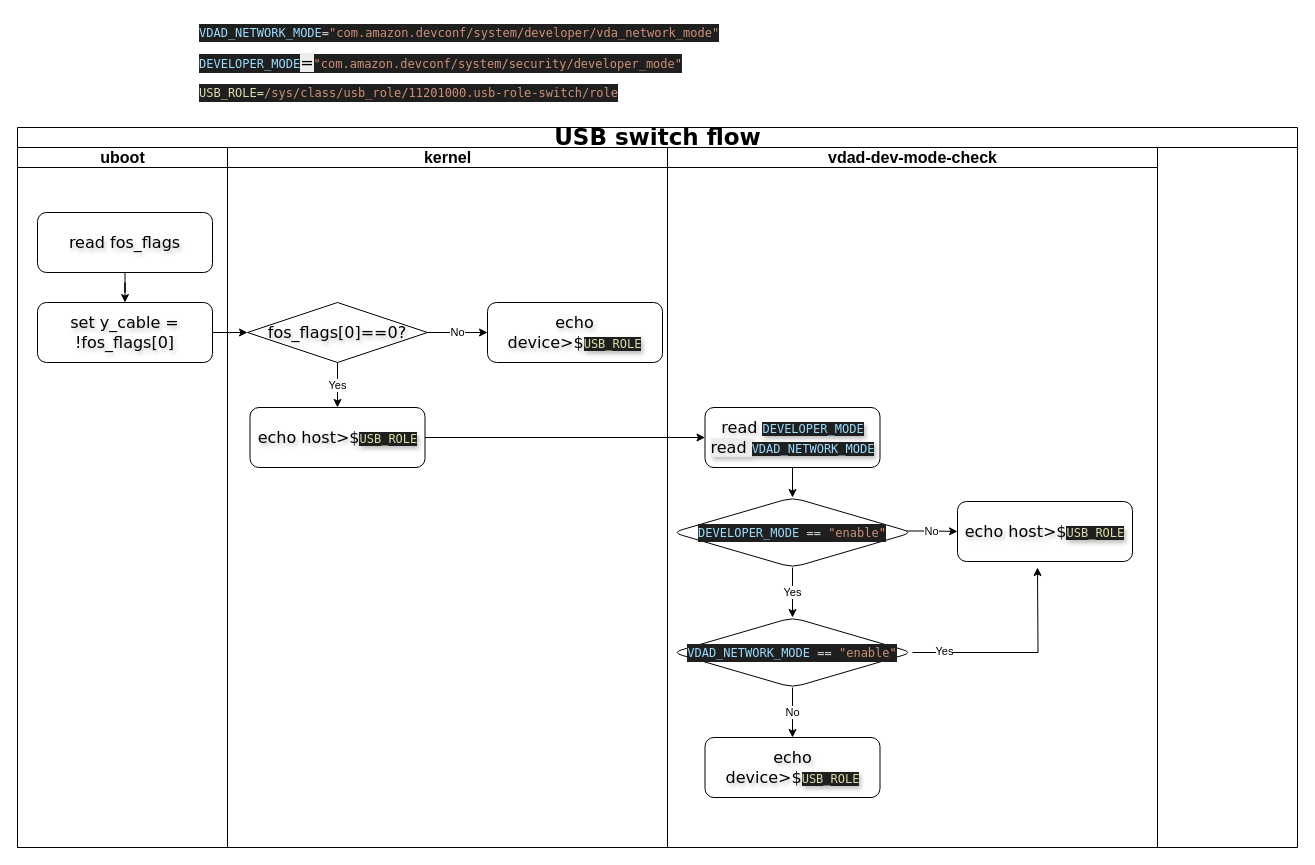
Earlier version of the draw.io diagram usb_switch_flow.drawio (skyliangbogit/test). Source tidied: cells renumbered, new cells numbered last; positions are measured from the earlier drawing's top-left corner, leaving out a move shared by most shapes. Both pictures are drawn from the tidied source at 100%, with x=0, y=0 at pixel (17, 17).
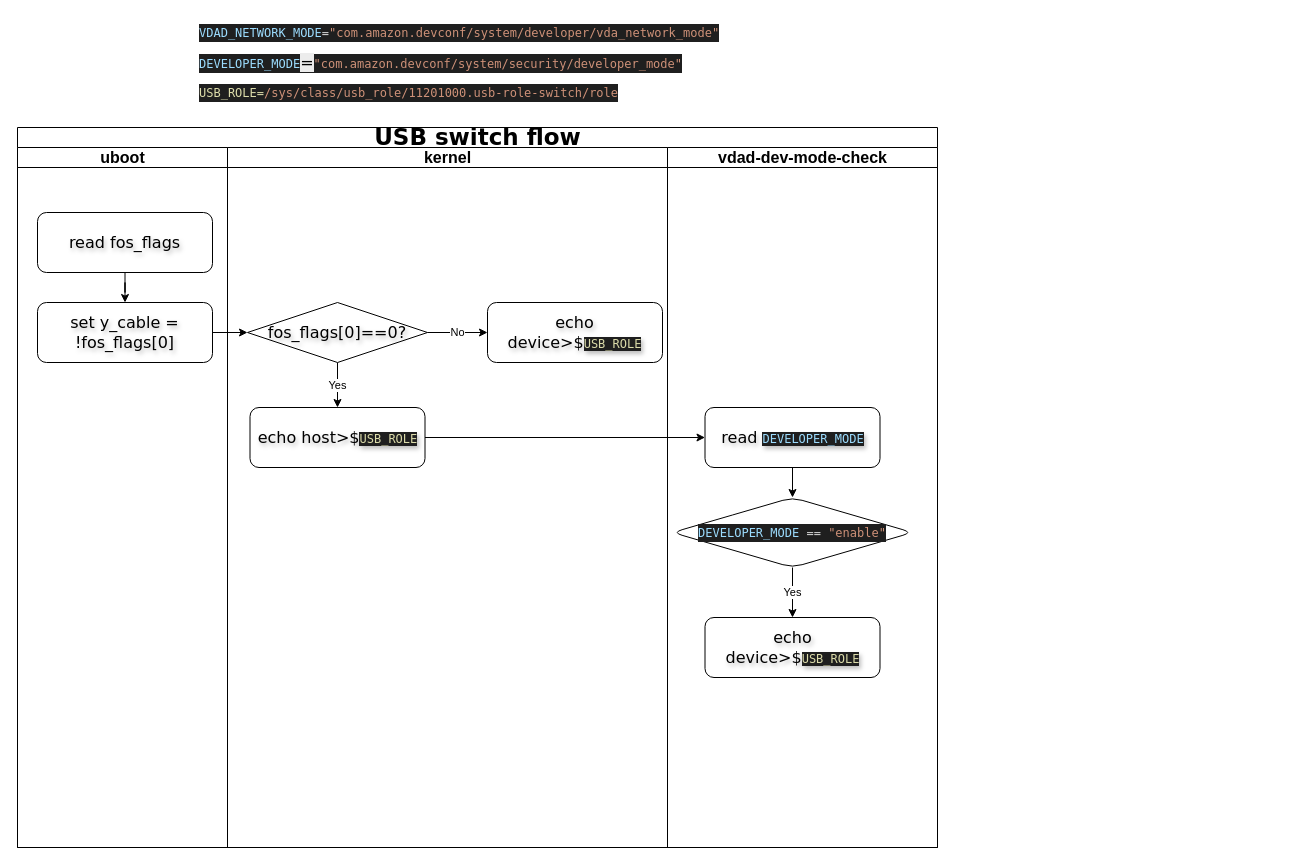
After the change.

The change refers to these unchanged cells:
```xml
<mxCell id="20" value="&lt;div style=&quot;background-color: rgb(31, 31, 31); font-family: Menlo, Monaco, &amp;quot;Courier New&amp;quot;, monospace; font-size: 12px; line-height: 18px; white-space: pre;&quot;&gt;&lt;span&gt;&lt;span style=&quot;color: rgb(156, 220, 254);&quot;&gt;DEVELOPER_MODE &lt;/span&gt;&lt;/span&gt;&lt;span style=&quot;color: rgb(212, 212, 212);&quot;&gt;==&lt;/span&gt;&lt;span style=&quot;color: rgb(204, 204, 204);&quot;&gt; &lt;/span&gt;&lt;span style=&quot;color: rgb(206, 145, 120);&quot;&gt;&quot;enable&quot;&lt;/span&gt;&lt;/div&gt;" style="rhombus;whiteSpace=wrap;html=1;fontSize=16;fontFamily=Verdana;rounded=1;shadow=0;labelBackgroundColor=none;strokeWidth=1;" parent="15" vertex="1">
  <mxGeometry x="5" y="350" width="240" height="70" as="geometry" />
</mxCell>
```

What changed in the source:
```diff
@@
     <mxCell id="2" value="&lt;h2&gt;&lt;font style=&quot;font-size: 23px;&quot;&gt;USB switch flow&lt;/font&gt;&lt;/h2&gt;" style="swimlane;html=1;startSize=20;rounded=0;shadow=0;labelBackgroundColor=none;strokeWidth=1;fontFamily=Verdana;fontSize=8;align=center;" parent="1" vertex="1">
-      <mxGeometry y="110" width="1280" height="720" as="geometry" />
+      <mxGeometry y="110" width="920" height="720" as="geometry" />
     </mxCell>
@@
     <mxCell id="15" value="vdad-dev-mode-check" style="swimlane;html=1;startSize=20;fontSize=16;" parent="2" vertex="1">
-      <mxGeometry x="650" y="20" width="490" height="700" as="geometry" />
+      <mxGeometry x="650" y="20" width="270" height="700" as="geometry" />
     </mxCell>
@@
-    <mxCell id="17" value="read&amp;nbsp;&lt;span style=&quot;color: rgb(156, 220, 254); background-color: rgb(31, 31, 31); font-family: Menlo, Monaco, &amp;quot;Courier New&amp;quot;, monospace; font-size: 12px; white-space: pre;&quot;&gt;DEVELOPER_MODE&lt;/span&gt;&lt;div&gt;&lt;span style=&quot;color: rgb(156, 220, 254); background-color: rgb(31, 31, 31); font-family: Menlo, Monaco, &amp;quot;Courier New&amp;quot;, monospace; font-size: 12px; white-space: pre;&quot;&gt;&lt;span style=&quot;color: rgb(0, 0, 0); font-family: Verdana; font-size: 16px; white-space: normal; background-color: rgb(236, 236, 236);&quot;&gt;read&amp;nbsp;&lt;/span&gt;&lt;/span&gt;&lt;span style=&quot;background-color: rgb(31, 31, 31); color: rgb(156, 220, 254); font-family: Menlo, Monaco, &amp;quot;Courier New&amp;quot;, monospace; font-size: 12px; text-align: left; white-space: pre;&quot;&gt;VDAD_NETWORK_MODE&lt;/span&gt;&lt;/div&gt;" style="rounded=1;whiteSpace=wrap;html=1;shadow=0;labelBackgroundColor=none;strokeWidth=1;fontFamily=Verdana;fontSize=16;align=center;textShadow=1;" parent="15" vertex="1">
+    <mxCell id="17" value="read&amp;nbsp;&lt;span style=&quot;color: rgb(156, 220, 254); background-color: rgb(31, 31, 31); font-family: Menlo, Monaco, &amp;quot;Courier New&amp;quot;, monospace; font-size: 12px; white-space: pre;&quot;&gt;DEVELOPER_MODE&lt;/span&gt;" style="rounded=1;whiteSpace=wrap;html=1;shadow=0;labelBackgroundColor=none;strokeWidth=1;fontFamily=Verdana;fontSize=16;align=center;textShadow=1;" parent="15" vertex="1">
       <mxGeometry x="37.5" y="260" width="175" height="60" as="geometry" />
     </mxCell>
-    <mxCell id="18" value="Yes" style="edgeStyle=orthogonalEdgeStyle;rounded=0;jettySize=auto;html=1;entryX=0.5;entryY=0;entryDx=0;entryDy=0;" parent="15" edge="1" source="20" target="26">
-      <mxGeometry relative="1" as="geometry" />
+    <mxCell id="18" value="Yes" style="edgeStyle=orthogonalEdgeStyle;rounded=0;jettySize=auto;html=1;entryX=0.5;entryY=0;entryDx=0;entryDy=0;" parent="15" edge="1" source="20">
+      <mxGeometry relative="1" as="geometry">
+        <mxPoint x="125" y="470" as="targetPoint" />
+      </mxGeometry>
     </mxCell>
-    <mxCell id="19" value="No" style="edgeStyle=orthogonalEdgeStyle;rounded=0;jettySize=auto;html=1;exitX=0.971;exitY=0.479;exitDx=0;exitDy=0;exitPerimeter=0;" parent="15" edge="1" source="20" target="22">
-      <mxGeometry relative="1" as="geometry" />
-    </mxCell>
@@
     <mxCell id="21" value="echo device&amp;gt;$&lt;span style=&quot;color: rgb(220, 220, 170); font-family: Menlo, Monaco, &amp;quot;Courier New&amp;quot;, monospace; font-size: 12px; text-align: left; white-space: pre; background-color: rgb(31, 31, 31);&quot;&gt;USB_ROLE&lt;/span&gt;" style="rounded=1;whiteSpace=wrap;html=1;shadow=0;labelBackgroundColor=none;strokeWidth=1;fontFamily=Verdana;fontSize=16;align=center;textShadow=1;" parent="15" vertex="1">
-      <mxGeometry x="37.5" y="590" width="175" height="60" as="geometry" />
+      <mxGeometry x="37.5" y="470" width="175" height="60" as="geometry" />
     </mxCell>
-    <mxCell id="22" value="echo host&amp;gt;$&lt;span style=&quot;color: rgb(220, 220, 170); font-family: Menlo, Monaco, &amp;quot;Courier New&amp;quot;, monospace; font-size: 12px; text-align: left; white-space: pre; background-color: rgb(31, 31, 31);&quot;&gt;USB_ROLE&lt;/span&gt;" style="rounded=1;whiteSpace=wrap;html=1;shadow=0;labelBackgroundColor=none;strokeWidth=1;fontFamily=Verdana;fontSize=16;align=center;textShadow=1;" parent="15" vertex="1">
-      <mxGeometry x="290" y="354" width="175" height="60" as="geometry" />
-    </mxCell>
-    <mxCell id="23" value="No" style="edgeStyle=orthogonalEdgeStyle;rounded=0;jettySize=auto;html=1;" parent="15" edge="1" source="26" target="21">
-      <mxGeometry relative="1" as="geometry" />
-    </mxCell>
-    <mxCell id="24" style="edgeStyle=orthogonalEdgeStyle;rounded=0;jettySize=auto;html=1;exitX=1;exitY=0.5;exitDx=0;exitDy=0;" parent="15" edge="1" source="26">
-      <mxGeometry relative="1" as="geometry">
-        <mxPoint x="370" y="420" as="targetPoint" />
-      </mxGeometry>
-    </mxCell>
-    <mxCell id="25" value="Yes" style="edgeLabel;html=1;align=center;verticalAlign=middle;" parent="24" vertex="1">
-      <mxGeometry x="-0.71" y="2" relative="1" as="geometry" />
-    </mxCell>
-    <mxCell id="26" value="&lt;div style=&quot;background-color: rgb(31, 31, 31); font-family: Menlo, Monaco, &amp;quot;Courier New&amp;quot;, monospace; font-size: 12px; line-height: 18px; white-space: pre;&quot;&gt;&lt;span style=&quot;color: rgb(156, 220, 254); text-align: left;&quot;&gt;VDAD_NETWORK_MODE&lt;/span&gt;&lt;span&gt;&lt;span style=&quot;color: rgb(156, 220, 254);&quot;&gt; &lt;/span&gt;&lt;/span&gt;&lt;span style=&quot;color: rgb(212, 212, 212);&quot;&gt;==&lt;/span&gt;&lt;span style=&quot;color: rgb(204, 204, 204);&quot;&gt; &lt;/span&gt;&lt;span style=&quot;color: rgb(206, 145, 120);&quot;&gt;&quot;enable&quot;&lt;/span&gt;&lt;/div&gt;" style="rhombus;whiteSpace=wrap;html=1;fontSize=16;fontFamily=Verdana;rounded=1;shadow=0;labelBackgroundColor=none;strokeWidth=1;" parent="15" vertex="1">
-      <mxGeometry x="5" y="470" width="240" height="70" as="geometry" />
-    </mxCell>
```
